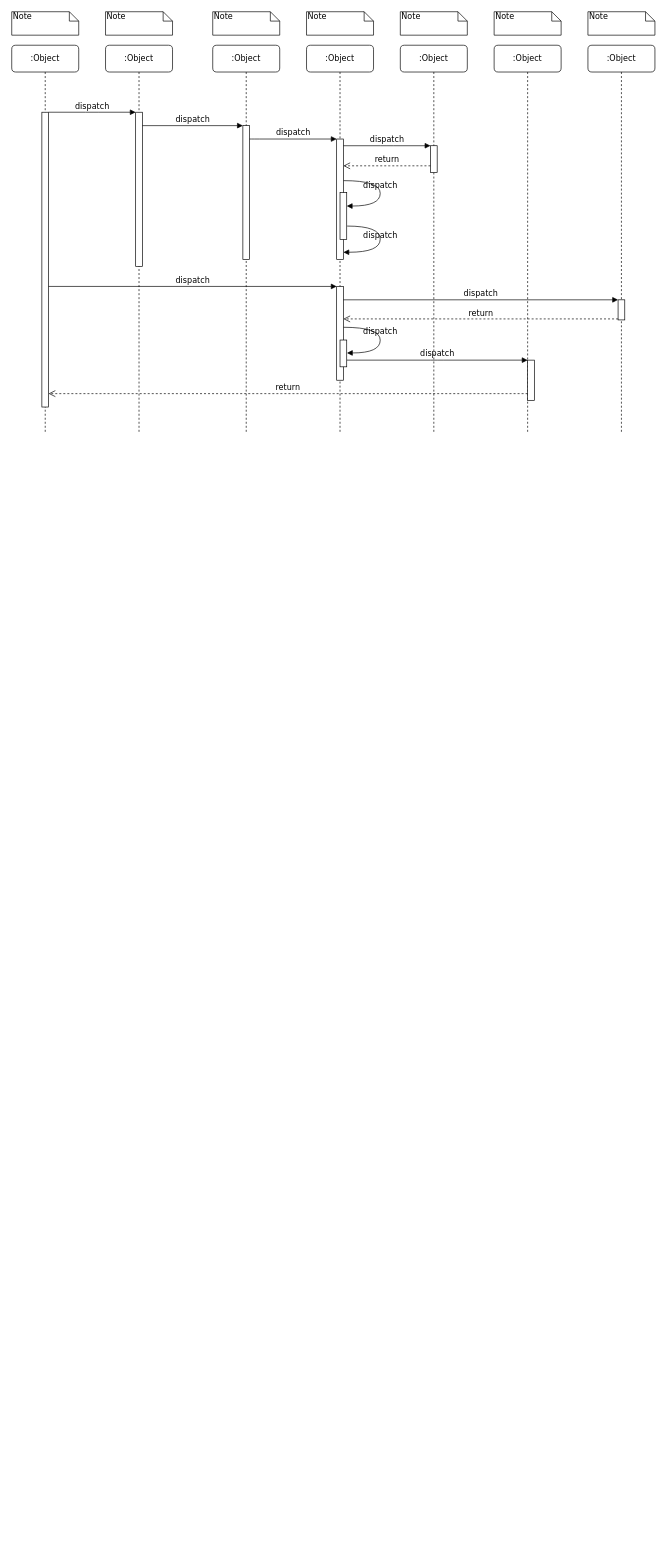
wangjingtian110/draw.io keeps this draw.io diagram as Untitled Diagram.drawio. Above is the earlier version. Source tidied: cells renumbered, new cells numbered last; positions are measured from the earlier drawing's top-left corner, leaving out a move shared by most shapes. Both pictures are drawn from the tidied source at 67%, with x=0, y=0 at pixel (11, 11).
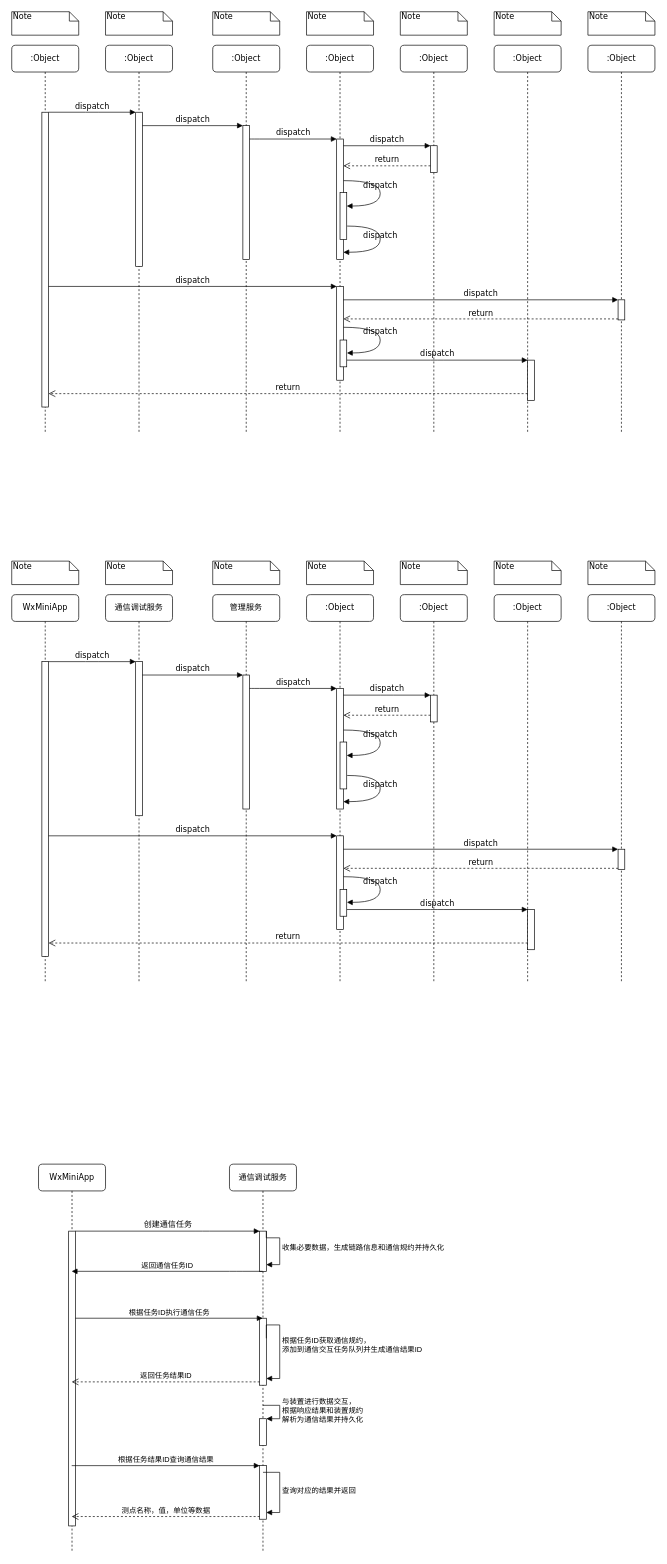
Above is the later version.

Commit message:
通信交互过程.drawio

Change to the diagram source:
```diff
@@
+    <mxCell id="39" value="通信调试服务" style="shape=umlLifeline;perimeter=lifelinePerimeter;whiteSpace=wrap;html=1;rounded=1;shadow=0;comic=0;labelBackgroundColor=none;strokeWidth=1;fontFamily=Verdana;fontSize=12;align=center;" parent="1" vertex="1">
+      <mxGeometry x="140" y="870" width="100" height="580" as="geometry" />
+    </mxCell>
+    <mxCell id="40" style="html=1;points=[];perimeter=orthogonalPerimeter;rounded=0;shadow=0;comic=0;labelBackgroundColor=none;strokeWidth=1;fontFamily=Verdana;fontSize=12;align=center;" parent="39" vertex="1">
+      <mxGeometry x="45" y="100" width="10" height="230" as="geometry" />
+    </mxCell>
+    <mxCell id="41" value="管理服务" style="shape=umlLifeline;perimeter=lifelinePerimeter;whiteSpace=wrap;html=1;rounded=1;shadow=0;comic=0;labelBackgroundColor=none;strokeWidth=1;fontFamily=Verdana;fontSize=12;align=center;" parent="1" vertex="1">
+      <mxGeometry x="300" y="870" width="100" height="580" as="geometry" />
+    </mxCell>
+    <mxCell id="42" style="html=1;points=[];perimeter=orthogonalPerimeter;rounded=0;shadow=0;comic=0;labelBackgroundColor=none;strokeWidth=1;fontFamily=Verdana;fontSize=12;align=center;" parent="41" vertex="1">
+      <mxGeometry x="45" y="120" width="10" height="200" as="geometry" />
+    </mxCell>
+    <mxCell id="43" value=":Object" style="shape=umlLifeline;perimeter=lifelinePerimeter;whiteSpace=wrap;html=1;rounded=1;shadow=0;comic=0;labelBackgroundColor=none;strokeWidth=1;fontFamily=Verdana;fontSize=12;align=center;" parent="1" vertex="1">
+      <mxGeometry x="440" y="870" width="100" height="580" as="geometry" />
+    </mxCell>
+    <mxCell id="44" value=":Object" style="shape=umlLifeline;perimeter=lifelinePerimeter;whiteSpace=wrap;html=1;rounded=1;shadow=0;comic=0;labelBackgroundColor=none;strokeWidth=1;fontFamily=Verdana;fontSize=12;align=center;" parent="1" vertex="1">
+      <mxGeometry x="580" y="870" width="100" height="580" as="geometry" />
+    </mxCell>
+    <mxCell id="45" value=":Object" style="shape=umlLifeline;perimeter=lifelinePerimeter;whiteSpace=wrap;html=1;rounded=1;shadow=0;comic=0;labelBackgroundColor=none;strokeWidth=1;fontFamily=Verdana;fontSize=12;align=center;" parent="1" vertex="1">
+      <mxGeometry x="720" y="870" width="100" height="580" as="geometry" />
+    </mxCell>
+    <mxCell id="46" value=":Object" style="shape=umlLifeline;perimeter=lifelinePerimeter;whiteSpace=wrap;html=1;rounded=1;shadow=0;comic=0;labelBackgroundColor=none;strokeWidth=1;fontFamily=Verdana;fontSize=12;align=center;" parent="1" vertex="1">
+      <mxGeometry x="860" y="870" width="100" height="580" as="geometry" />
+    </mxCell>
+    <mxCell id="47" value="WxMiniApp" style="shape=umlLifeline;perimeter=lifelinePerimeter;whiteSpace=wrap;html=1;rounded=1;shadow=0;comic=0;labelBackgroundColor=none;strokeWidth=1;fontFamily=Verdana;fontSize=12;align=center;" parent="1" vertex="1">
+      <mxGeometry y="870" width="100" height="580" as="geometry" />
+    </mxCell>
+    <mxCell id="48" style="html=1;points=[];perimeter=orthogonalPerimeter;rounded=0;shadow=0;comic=0;labelBackgroundColor=none;strokeWidth=1;fontFamily=Verdana;fontSize=12;align=center;" parent="47" vertex="1">
+      <mxGeometry x="45" y="100" width="10" height="440" as="geometry" />
+    </mxCell>
+    <mxCell id="49" style="html=1;points=[];perimeter=orthogonalPerimeter;rounded=0;shadow=0;comic=0;labelBackgroundColor=none;strokeWidth=1;fontFamily=Verdana;fontSize=12;align=center;" parent="1" vertex="1">
+      <mxGeometry x="485" y="1010" width="10" height="180" as="geometry" />
+    </mxCell>
+    <mxCell id="50" value="dispatch" style="html=1;verticalAlign=bottom;endArrow=block;labelBackgroundColor=none;fontFamily=Verdana;fontSize=12;edgeStyle=elbowEdgeStyle;elbow=vertical;" parent="1" edge="1" source="42" target="49">
+      <mxGeometry relative="1" as="geometry">
+        <Array as="points">
+          <mxPoint x="360" y="1010" />
+        </Array>
+      </mxGeometry>
+    </mxCell>
+    <mxCell id="51" style="html=1;points=[];perimeter=orthogonalPerimeter;rounded=0;shadow=0;comic=0;labelBackgroundColor=none;strokeWidth=1;fontFamily=Verdana;fontSize=12;align=center;" parent="1" vertex="1">
+      <mxGeometry x="625" y="1020" width="10" height="40" as="geometry" />
+    </mxCell>
+    <mxCell id="52" value="dispatch" style="html=1;verticalAlign=bottom;endArrow=block;entryX=0;entryY=0;labelBackgroundColor=none;fontFamily=Verdana;fontSize=12;edgeStyle=elbowEdgeStyle;elbow=vertical;" parent="1" edge="1" source="49" target="51">
+      <mxGeometry relative="1" as="geometry" />
+    </mxCell>
+    <mxCell id="53" value="return" style="html=1;verticalAlign=bottom;endArrow=open;dashed=1;endSize=8;labelBackgroundColor=none;fontFamily=Verdana;fontSize=12;edgeStyle=elbowEdgeStyle;elbow=vertical;" parent="1" edge="1" source="51" target="49">
+      <mxGeometry relative="1" as="geometry">
+        <Array as="points">
+          <mxPoint x="570" y="1050" />
+          <mxPoint x="600" y="1050" />
+        </Array>
+      </mxGeometry>
+    </mxCell>
+    <mxCell id="54" style="html=1;points=[];perimeter=orthogonalPerimeter;rounded=0;shadow=0;comic=0;labelBackgroundColor=none;strokeWidth=1;fontFamily=Verdana;fontSize=12;align=center;" parent="1" vertex="1">
+      <mxGeometry x="485" y="1230" width="10" height="140" as="geometry" />
+    </mxCell>
+    <mxCell id="55" value="dispatch" style="html=1;verticalAlign=bottom;endArrow=block;entryX=0;entryY=0;labelBackgroundColor=none;fontFamily=Verdana;fontSize=12;" parent="1" edge="1" source="48" target="54">
+      <mxGeometry relative="1" as="geometry" />
+    </mxCell>
+    <mxCell id="56" style="html=1;points=[];perimeter=orthogonalPerimeter;rounded=0;shadow=0;comic=0;labelBackgroundColor=none;strokeColor=#000000;strokeWidth=1;fillColor=#FFFFFF;fontFamily=Verdana;fontSize=12;fontColor=#000000;align=center;" parent="1" vertex="1">
+      <mxGeometry x="905" y="1250" width="10" height="30" as="geometry" />
+    </mxCell>
+    <mxCell id="57" value="dispatch" style="html=1;verticalAlign=bottom;endArrow=block;entryX=0;entryY=0;labelBackgroundColor=none;fontFamily=Verdana;fontSize=12;" parent="1" edge="1" source="54" target="56">
+      <mxGeometry relative="1" as="geometry" />
+    </mxCell>
+    <mxCell id="58" value="return" style="html=1;verticalAlign=bottom;endArrow=open;dashed=1;endSize=8;exitX=0;exitY=0.95;labelBackgroundColor=none;fontFamily=Verdana;fontSize=12;" parent="1" edge="1" source="56" target="54">
+      <mxGeometry relative="1" as="geometry" />
+    </mxCell>
+    <mxCell id="59" style="html=1;points=[];perimeter=orthogonalPerimeter;rounded=0;shadow=0;comic=0;labelBackgroundColor=none;strokeWidth=1;fontFamily=Verdana;fontSize=12;align=center;" parent="1" vertex="1">
+      <mxGeometry x="770" y="1340" width="10" height="60" as="geometry" />
+    </mxCell>
+    <mxCell id="60" value="dispatch" style="html=1;verticalAlign=bottom;endArrow=block;entryX=0;entryY=0;labelBackgroundColor=none;fontFamily=Verdana;fontSize=12;edgeStyle=elbowEdgeStyle;elbow=vertical;" parent="1" edge="1" source="67" target="59">
+      <mxGeometry relative="1" as="geometry" />
+    </mxCell>
+    <mxCell id="61" value="return" style="html=1;verticalAlign=bottom;endArrow=open;dashed=1;endSize=8;labelBackgroundColor=none;fontFamily=Verdana;fontSize=12;edgeStyle=elbowEdgeStyle;elbow=vertical;" parent="1" edge="1" source="59" target="48">
+      <mxGeometry relative="1" as="geometry">
+        <Array as="points">
+          <mxPoint x="470" y="1390" />
+        </Array>
+      </mxGeometry>
+    </mxCell>
+    <mxCell id="62" value="dispatch" style="html=1;verticalAlign=bottom;endArrow=block;entryX=0;entryY=0;labelBackgroundColor=none;fontFamily=Verdana;fontSize=12;edgeStyle=elbowEdgeStyle;elbow=vertical;" parent="1" edge="1" source="48" target="40">
+      <mxGeometry relative="1" as="geometry" />
+    </mxCell>
+    <mxCell id="63" value="dispatch" style="html=1;verticalAlign=bottom;endArrow=block;entryX=0;entryY=0;labelBackgroundColor=none;fontFamily=Verdana;fontSize=12;edgeStyle=elbowEdgeStyle;elbow=vertical;" parent="1" edge="1" source="40" target="42">
+      <mxGeometry relative="1" as="geometry" />
+    </mxCell>
+    <mxCell id="64" style="html=1;points=[];perimeter=orthogonalPerimeter;rounded=0;shadow=0;comic=0;labelBackgroundColor=none;strokeWidth=1;fontFamily=Verdana;fontSize=12;align=center;" parent="1" vertex="1">
+      <mxGeometry x="490" y="1090" width="10" height="70" as="geometry" />
+    </mxCell>
+    <mxCell id="65" value="dispatch" style="html=1;verticalAlign=bottom;endArrow=block;labelBackgroundColor=none;fontFamily=Verdana;fontSize=12;elbow=vertical;edgeStyle=orthogonalEdgeStyle;curved=1;entryX=1;entryY=0.286;entryPerimeter=0;exitX=1.038;exitY=0.345;exitPerimeter=0;" parent="1" edge="1" source="49" target="64">
+      <mxGeometry relative="1" as="geometry">
+        <Array as="points">
+          <mxPoint x="550" y="1072" />
+          <mxPoint x="550" y="1110" />
+        </Array>
+      </mxGeometry>
+    </mxCell>
+    <mxCell id="66" value="dispatch" style="html=1;verticalAlign=bottom;endArrow=block;labelBackgroundColor=none;fontFamily=Verdana;fontSize=12;elbow=vertical;edgeStyle=orthogonalEdgeStyle;curved=1;exitX=1.066;exitY=0.713;exitPerimeter=0;" parent="1" edge="1" source="64">
+      <mxGeometry relative="1" as="geometry">
+        <mxPoint x="495" y="1179" as="targetPoint" />
+        <Array as="points">
+          <mxPoint x="550" y="1140" />
+          <mxPoint x="550" y="1179" />
+        </Array>
+      </mxGeometry>
+    </mxCell>
+    <mxCell id="67" style="html=1;points=[];perimeter=orthogonalPerimeter;rounded=0;shadow=0;comic=0;labelBackgroundColor=none;strokeWidth=1;fontFamily=Verdana;fontSize=12;align=center;" parent="1" vertex="1">
+      <mxGeometry x="490" y="1310" width="10" height="40" as="geometry" />
+    </mxCell>
+    <mxCell id="68" value="dispatch" style="html=1;verticalAlign=bottom;endArrow=block;labelBackgroundColor=none;fontFamily=Verdana;fontSize=12;elbow=vertical;edgeStyle=orthogonalEdgeStyle;curved=1;entryX=1;entryY=0.286;entryPerimeter=0;exitX=1.038;exitY=0.345;exitPerimeter=0;" parent="1" edge="1">
+      <mxGeometry relative="1" as="geometry">
+        <mxPoint x="495.3" y="1291" as="sourcePoint" />
+        <mxPoint x="500.3" y="1329.3" as="targetPoint" />
+        <Array as="points">
+          <mxPoint x="550" y="1291" />
+          <mxPoint x="550" y="1329" />
+        </Array>
+      </mxGeometry>
+    </mxCell>
+    <mxCell id="69" value="Note" style="shape=note;whiteSpace=wrap;html=1;size=14;verticalAlign=top;align=left;spacingTop=-6;rounded=0;shadow=0;comic=0;labelBackgroundColor=none;strokeWidth=1;fontFamily=Verdana;fontSize=12;" parent="1" vertex="1">
+      <mxGeometry y="820" width="100" height="35" as="geometry" />
+    </mxCell>
+    <mxCell id="70" value="Note" style="shape=note;whiteSpace=wrap;html=1;size=14;verticalAlign=top;align=left;spacingTop=-6;rounded=0;shadow=0;comic=0;labelBackgroundColor=none;strokeWidth=1;fontFamily=Verdana;fontSize=12;" parent="1" vertex="1">
+      <mxGeometry x="140" y="820" width="100" height="35" as="geometry" />
+    </mxCell>
+    <mxCell id="71" value="Note" style="shape=note;whiteSpace=wrap;html=1;size=14;verticalAlign=top;align=left;spacingTop=-6;rounded=0;shadow=0;comic=0;labelBackgroundColor=none;strokeWidth=1;fontFamily=Verdana;fontSize=12;" parent="1" vertex="1">
+      <mxGeometry x="300" y="820" width="100" height="35" as="geometry" />
+    </mxCell>
+    <mxCell id="72" value="Note" style="shape=note;whiteSpace=wrap;html=1;size=14;verticalAlign=top;align=left;spacingTop=-6;rounded=0;shadow=0;comic=0;labelBackgroundColor=none;strokeWidth=1;fontFamily=Verdana;fontSize=12;" parent="1" vertex="1">
+      <mxGeometry x="440" y="820" width="100" height="35" as="geometry" />
+    </mxCell>
+    <mxCell id="73" value="Note" style="shape=note;whiteSpace=wrap;html=1;size=14;verticalAlign=top;align=left;spacingTop=-6;rounded=0;shadow=0;comic=0;labelBackgroundColor=none;strokeWidth=1;fontFamily=Verdana;fontSize=12;" parent="1" vertex="1">
+      <mxGeometry x="580" y="820" width="100" height="35" as="geometry" />
+    </mxCell>
+    <mxCell id="74" value="Note" style="shape=note;whiteSpace=wrap;html=1;size=14;verticalAlign=top;align=left;spacingTop=-6;rounded=0;shadow=0;comic=0;labelBackgroundColor=none;strokeWidth=1;fontFamily=Verdana;fontSize=12;" parent="1" vertex="1">
+      <mxGeometry x="720" y="820" width="100" height="35" as="geometry" />
+    </mxCell>
+    <mxCell id="75" value="Note" style="shape=note;whiteSpace=wrap;html=1;size=14;verticalAlign=top;align=left;spacingTop=-6;rounded=0;shadow=0;comic=0;labelBackgroundColor=none;strokeWidth=1;fontFamily=Verdana;fontSize=12;" parent="1" vertex="1">
+      <mxGeometry x="860" y="820" width="100" height="35" as="geometry" />
+    </mxCell>
+    <mxCell id="76" value="通信调试服务" style="shape=umlLifeline;perimeter=lifelinePerimeter;whiteSpace=wrap;html=1;outlineConnect=0;rounded=1;shadow=0;comic=0;labelBackgroundColor=none;strokeWidth=1;fontFamily=Verdana;fontSize=12;align=center;" parent="1" vertex="1">
+      <mxGeometry x="325" y="1720" width="100" height="580" as="geometry" />
+    </mxCell>
+    <mxCell id="77" style="html=1;points=[];perimeter=orthogonalPerimeter;" parent="76" vertex="1">
+      <mxGeometry x="45" y="230" width="10" height="100" as="geometry" />
+    </mxCell>
+    <mxCell id="78" value="根据任务ID获取通信规约，&lt;br&gt;添加到通信交互任务队列并生成通信结果ID" style="edgeStyle=orthogonalEdgeStyle;html=1;align=left;spacingLeft=2;endArrow=block;rounded=0;entryX=1;entryY=0;" parent="76" edge="1">
+      <mxGeometry relative="1" as="geometry">
+        <mxPoint x="55" y="260" as="sourcePoint" />
+        <mxPoint x="55" y="320" as="targetPoint" />
+        <Array as="points">
+          <mxPoint x="55" y="240" />
+          <mxPoint x="75" y="240" />
+          <mxPoint x="75" y="320" />
+        </Array>
+      </mxGeometry>
+    </mxCell>
+    <mxCell id="79" style="html=1;points=[];perimeter=orthogonalPerimeter;" parent="76" vertex="1">
+      <mxGeometry x="45" y="380" width="10" height="40" as="geometry" />
+    </mxCell>
+    <mxCell id="80" value="与装置进行数据交互，&lt;br&gt;根据响应结果和装置规约&lt;br&gt;解析为通信结果并持久化" style="edgeStyle=orthogonalEdgeStyle;html=1;align=left;spacingLeft=2;endArrow=block;rounded=0;entryX=1;entryY=0;" parent="76" edge="1" target="79">
+      <mxGeometry relative="1" as="geometry">
+        <mxPoint x="50" y="360" as="sourcePoint" />
+        <Array as="points">
+          <mxPoint x="75" y="360" />
+        </Array>
+      </mxGeometry>
+    </mxCell>
+    <mxCell id="81" style="html=1;points=[];perimeter=orthogonalPerimeter;" parent="76" vertex="1">
+      <mxGeometry x="45" y="450" width="10" height="80" as="geometry" />
+    </mxCell>
+    <mxCell id="82" value="查询对应的结果并返回" style="edgeStyle=orthogonalEdgeStyle;html=1;align=left;spacingLeft=2;endArrow=block;rounded=0;entryX=1;entryY=0;" parent="76" edge="1">
+      <mxGeometry relative="1" as="geometry">
+        <mxPoint x="50" y="460" as="sourcePoint" />
+        <mxPoint x="55" y="520" as="targetPoint" />
+        <Array as="points">
+          <mxPoint x="75" y="460" />
+        </Array>
+      </mxGeometry>
+    </mxCell>
+    <mxCell id="83" value="WxMiniApp" style="shape=umlLifeline;perimeter=lifelinePerimeter;whiteSpace=wrap;html=1;outlineConnect=0;rounded=1;shadow=0;comic=0;labelBackgroundColor=none;strokeWidth=1;fontFamily=Verdana;fontSize=12;align=center;" parent="1" vertex="1">
+      <mxGeometry x="40" y="1720" width="100" height="580" as="geometry" />
+    </mxCell>
+    <mxCell id="84" style="html=1;points=[];perimeter=orthogonalPerimeter;rounded=0;shadow=0;comic=0;labelBackgroundColor=none;strokeWidth=1;fontFamily=Verdana;fontSize=12;align=center;" parent="83" vertex="1">
+      <mxGeometry x="45" y="100" width="10" height="440" as="geometry" />
+    </mxCell>
+    <mxCell id="85" value="根据任务ID执行通信任务" style="html=1;verticalAlign=bottom;endArrow=block;" parent="83" edge="1" target="76">
+      <mxGeometry relative="1" as="geometry">
+        <mxPoint x="55" y="230" as="sourcePoint" />
+      </mxGeometry>
+    </mxCell>
+    <mxCell id="86" value="创建通信任务" style="html=1;verticalAlign=bottom;endArrow=block;entryX=0;entryY=0;labelBackgroundColor=none;fontFamily=Verdana;fontSize=12;edgeStyle=elbowEdgeStyle;elbow=vertical;" parent="1" edge="1" source="84" target="87">
+      <mxGeometry relative="1" as="geometry">
+        <Array as="points">
+          <mxPoint x="285" y="1820" />
+          <mxPoint x="295" y="1830" />
+        </Array>
+      </mxGeometry>
+    </mxCell>
+    <mxCell id="87" style="html=1;points=[];perimeter=orthogonalPerimeter;rounded=0;shadow=0;comic=0;labelBackgroundColor=none;strokeWidth=1;fontFamily=Verdana;fontSize=12;align=center;" parent="1" vertex="1">
+      <mxGeometry x="370" y="1820" width="10" height="60" as="geometry" />
+    </mxCell>
+    <mxCell id="88" value="返回通信任务ID" style="html=1;verticalAlign=bottom;endArrow=block;" parent="1" edge="1" source="76" target="83">
+      <mxGeometry relative="1" as="geometry">
+        <Array as="points">
+          <mxPoint x="335" y="1880" />
+        </Array>
+      </mxGeometry>
+    </mxCell>
+    <mxCell id="89" value="收集必要数据，生成链路信息和通信规约并持久化" style="edgeStyle=orthogonalEdgeStyle;html=1;align=left;spacingLeft=2;endArrow=block;rounded=0;entryX=1;entryY=0;" parent="1" edge="1">
+      <mxGeometry relative="1" as="geometry">
+        <mxPoint x="380" y="1820" as="sourcePoint" />
+        <mxPoint x="380" y="1870" as="targetPoint" />
+        <Array as="points">
+          <mxPoint x="380" y="1830" />
+          <mxPoint x="400" y="1830" />
+          <mxPoint x="400" y="1870" />
+        </Array>
+      </mxGeometry>
+    </mxCell>
+    <mxCell id="90" value="返回任务结果ID" style="html=1;verticalAlign=bottom;endArrow=open;dashed=1;endSize=8;exitX=0;exitY=0.95;" parent="1" edge="1" source="77" target="83">
+      <mxGeometry relative="1" as="geometry">
+        <Array as="points">
+          <mxPoint x="255" y="2045" />
+        </Array>
+      </mxGeometry>
+    </mxCell>
+    <mxCell id="91" value="根据任务结果ID查询通信结果" style="html=1;verticalAlign=bottom;endArrow=block;entryX=0;entryY=0;" parent="1" edge="1" source="83" target="81">
+      <mxGeometry relative="1" as="geometry" />
+    </mxCell>
+    <mxCell id="92" value="测点名称，值，单位等数据" style="html=1;verticalAlign=bottom;endArrow=open;dashed=1;endSize=8;exitX=0;exitY=0.95;" parent="1" edge="1" source="81" target="83">
+      <mxGeometry relative="1" as="geometry" />
+    </mxCell>
```
